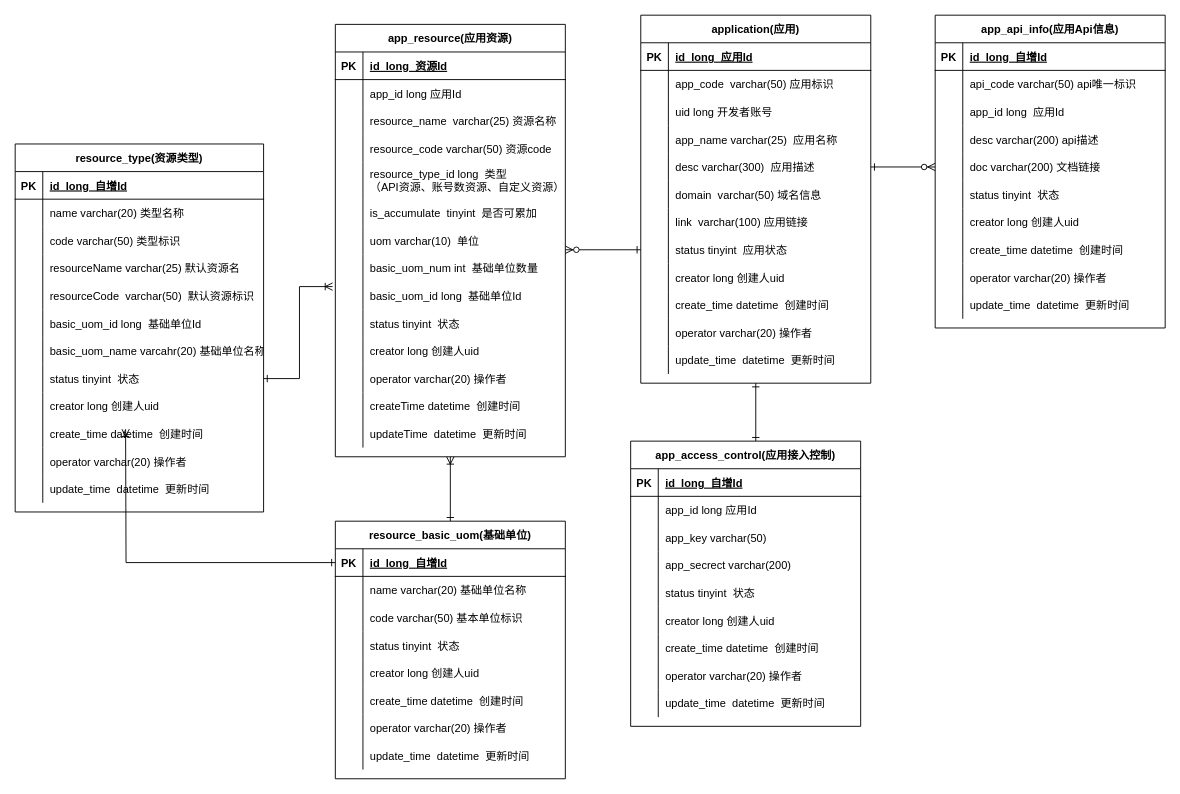
This is page "应用数据表设计" (2 of 2) of product.drawio from AjaxXu/Diagram, a draw.io file, before an edit. Source tidied: cells renumbered, new cells numbered last; positions are measured from the earlier drawing's top-left corner, leaving out a move shared by most shapes. Both pictures are drawn from the tidied source at 92%, with x=0, y=0 at pixel (15, 15).
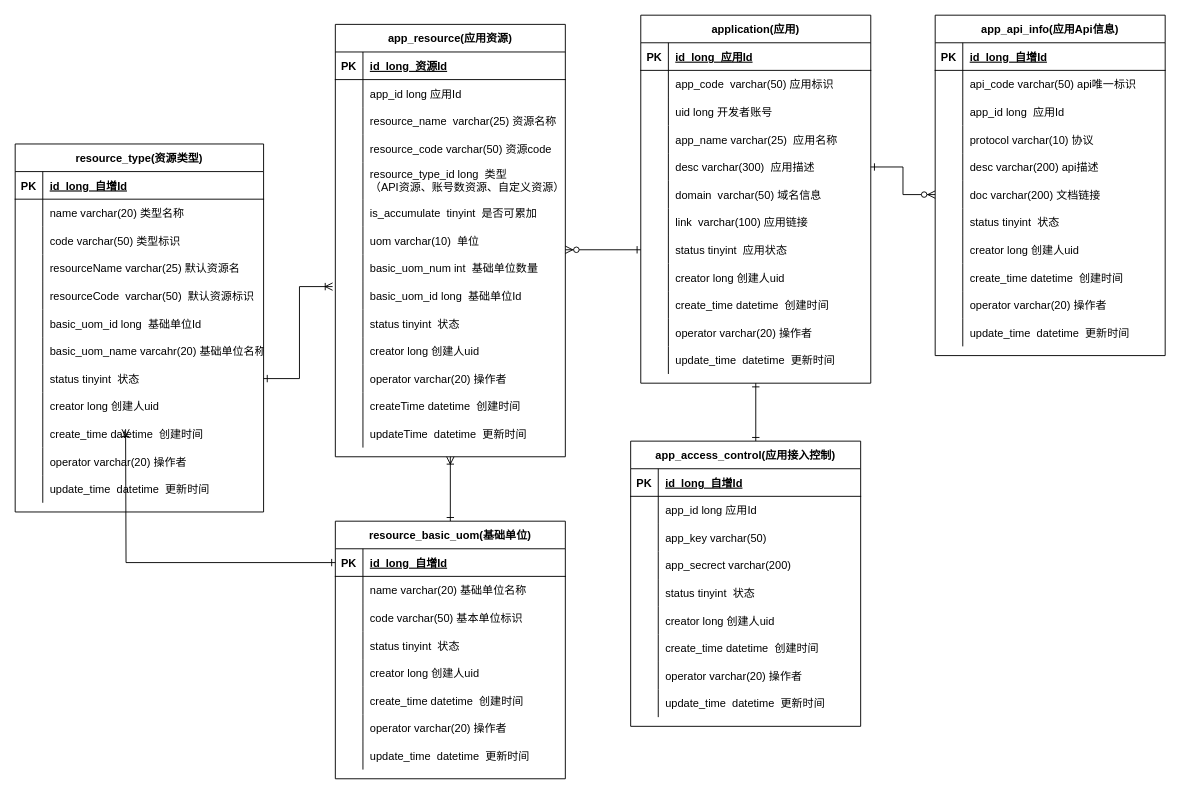
Above is the later version.

What changed in the source:
```diff
@@
     <mxCell id="180" value="app_api_info(应用Api信息)" style="shape=table;startSize=30;childLayout=tableLayout;rowLines=0;fontStyle=1;align=center;" parent="1" vertex="1">
-      <mxGeometry x="1000" width="250" height="340" as="geometry" />
+      <mxGeometry x="1000" width="250" height="370" as="geometry" />
     </mxCell>
@@
+    <mxCell id="212" style="shape=partialRectangle;fillColor=none;top=0;left=0;right=0;bottom=0;" parent="180" vertex="1">
+      <mxGeometry y="120" width="250" height="30" as="geometry" />
+    </mxCell>
+    <mxCell id="213" style="shape=partialRectangle;overflow=hidden;fillColor=none;top=0;left=0;bottom=0;right=0;" parent="212" vertex="1">
+      <mxGeometry width="30" height="30" as="geometry" />
+    </mxCell>
+    <mxCell id="214" value="protocol varchar(10) 协议" style="shape=partialRectangle;overflow=hidden;fillColor=none;top=0;left=0;bottom=0;right=0;align=left;spacingLeft=6;" parent="212" vertex="1">
+      <mxGeometry x="30" width="220" height="30" as="geometry" />
+    </mxCell>
     <mxCell id="190" style="shape=partialRectangle;fillColor=none;top=0;left=0;right=0;bottom=0;" parent="180" vertex="1">
-      <mxGeometry y="120" width="250" height="30" as="geometry" />
+      <mxGeometry y="150" width="250" height="30" as="geometry" />
     </mxCell>
@@
     <mxCell id="193" style="shape=partialRectangle;fillColor=none;points=[[0,0.5],[1,0.5]];portConstraint=eastwest;top=0;left=0;right=0;bottom=0;" parent="180" vertex="1">
-      <mxGeometry y="150" width="250" height="30" as="geometry" />
+      <mxGeometry y="180" width="250" height="30" as="geometry" />
     </mxCell>
@@
     <mxCell id="196" style="shape=partialRectangle;fillColor=none;top=0;left=0;right=0;bottom=0;" parent="180" vertex="1">
-      <mxGeometry y="180" width="250" height="30" as="geometry" />
+      <mxGeometry y="210" width="250" height="30" as="geometry" />
     </mxCell>
@@
     <mxCell id="199" style="shape=partialRectangle;fillColor=none;top=0;left=0;right=0;bottom=0;" parent="180" vertex="1">
-      <mxGeometry y="210" width="250" height="30" as="geometry" />
+      <mxGeometry y="240" width="250" height="30" as="geometry" />
     </mxCell>
@@
     <mxCell id="202" style="shape=partialRectangle;fillColor=none;top=0;left=0;right=0;bottom=0;" parent="180" vertex="1">
-      <mxGeometry y="240" width="250" height="30" as="geometry" />
+      <mxGeometry y="270" width="250" height="30" as="geometry" />
     </mxCell>
@@
     <mxCell id="205" style="shape=partialRectangle;fillColor=none;top=0;left=0;right=0;bottom=0;" parent="180" vertex="1">
-      <mxGeometry y="270" width="250" height="30" as="geometry" />
+      <mxGeometry y="300" width="250" height="30" as="geometry" />
     </mxCell>
@@
     <mxCell id="208" style="shape=partialRectangle;fillColor=none;top=0;left=0;right=0;bottom=0;" parent="180" vertex="1">
-      <mxGeometry y="300" width="250" height="30" as="geometry" />
+      <mxGeometry y="330" width="250" height="30" as="geometry" />
     </mxCell>
```
